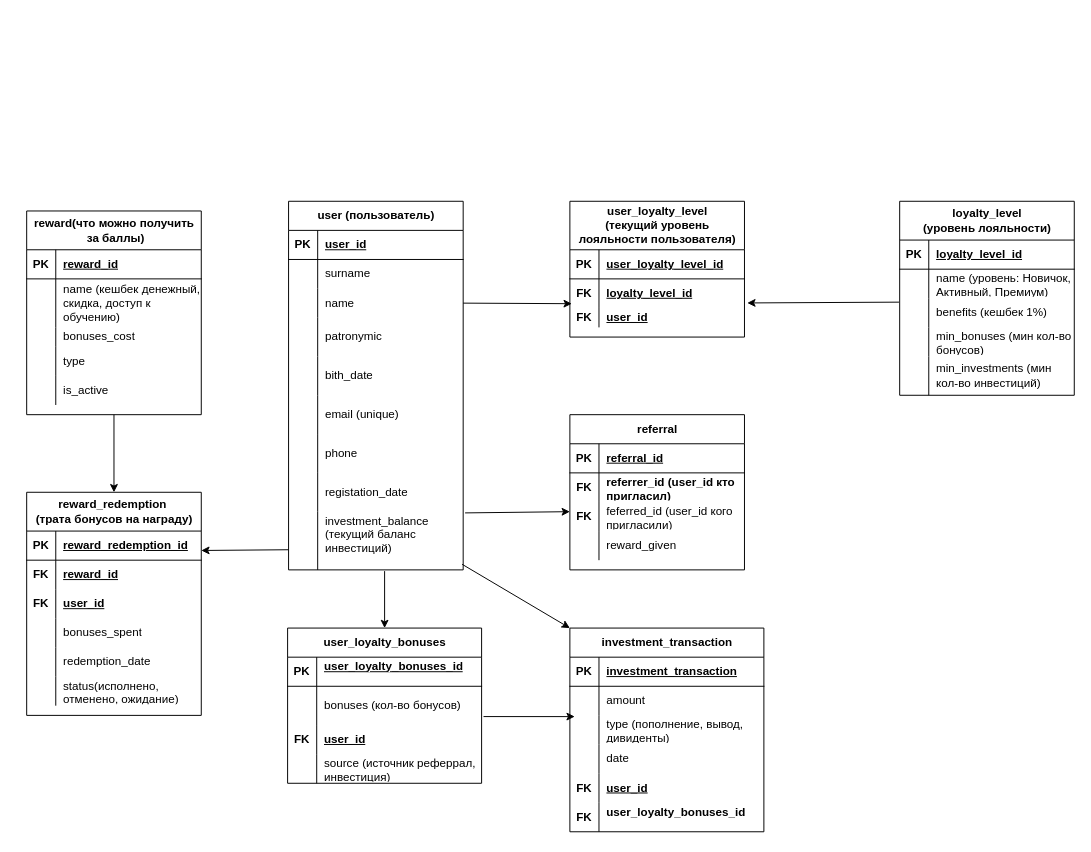
This is ER/ER.drawio from 404-veronika/testsystemanalitic, a draw.io file, before an edit. Source tidied: cells renumbered, new cells numbered last; positions are measured from the earlier drawing's top-left corner, leaving out a move shared by most shapes. Both pictures are drawn from the tidied source at 97%, with x=0, y=0 at pixel (26, 201).
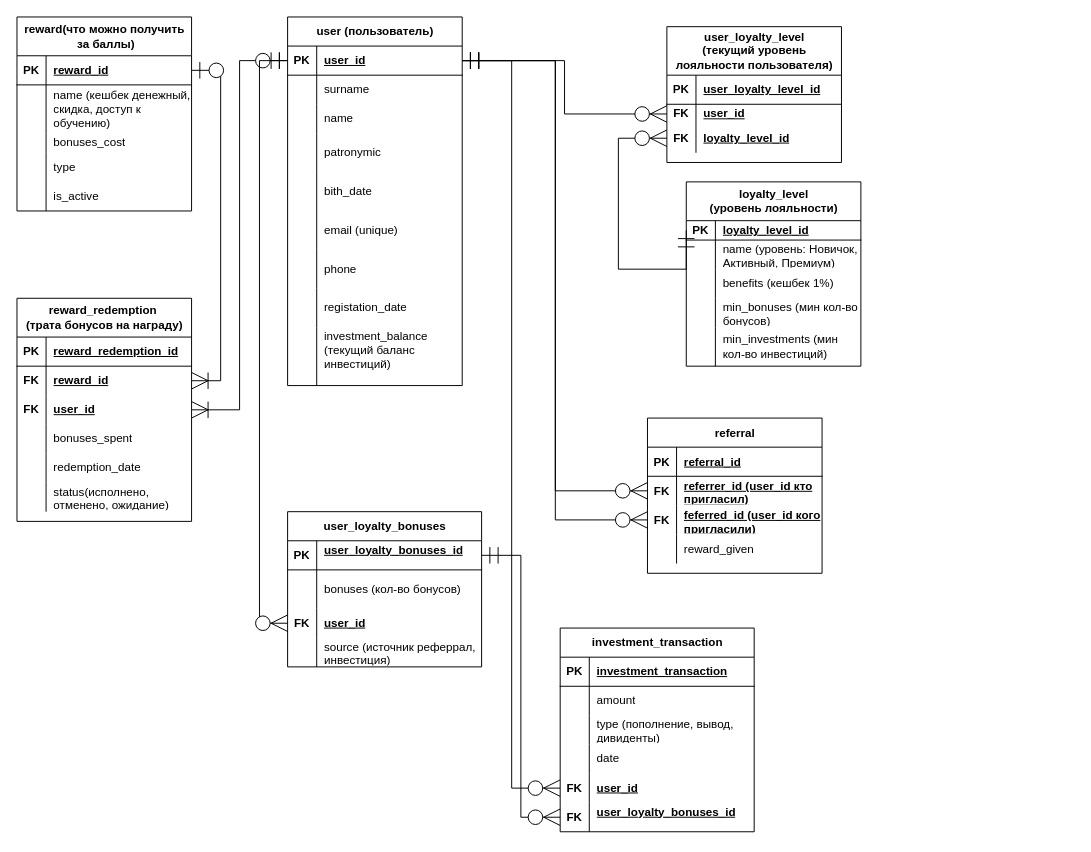
The same page after the edit.

Unchanged cells that the change refers to:
```xml
<mxCell id="3" style="shape=tableRow;horizontal=0;startSize=0;swimlaneHead=0;swimlaneBody=0;fillColor=none;points=[[0,0.5],[1,0.5]];portConstraint=eastwest;top=0;left=0;right=0;bottom=1;" parent="2" vertex="1">
  <mxGeometry y="30" width="180" height="30" as="geometry" />
</mxCell>
<mxCell id="9" style="shape=tableRow;horizontal=0;startSize=0;swimlaneHead=0;swimlaneBody=0;fillColor=none;points=[[0,0.5],[1,0.5]];portConstraint=eastwest;top=0;left=0;right=0;bottom=0;" parent="2" vertex="1">
  <mxGeometry y="90" width="180" height="30" as="geometry" />
</mxCell>
<mxCell id="27" style="shape=tableRow;horizontal=0;startSize=0;swimlaneHead=0;swimlaneBody=0;fillColor=none;points=[[0,0.5],[1,0.5]];portConstraint=eastwest;top=0;left=0;right=0;bottom=0;" parent="2" vertex="1">
  <mxGeometry y="320" width="180" height="60" as="geometry" />
</mxCell>
<mxCell id="62" style="shape=tableRow;horizontal=0;startSize=0;swimlaneHead=0;swimlaneBody=0;fillColor=none;points=[[0,0.5],[1,0.5]];portConstraint=eastwest;top=0;left=0;right=0;bottom=0;" parent="58" vertex="1">
  <mxGeometry y="60" width="180" height="30" as="geometry" />
</mxCell>
<mxCell id="65" style="shape=tableRow;horizontal=0;startSize=0;swimlaneHead=0;swimlaneBody=0;fillColor=none;points=[[0,0.5],[1,0.5]];portConstraint=eastwest;top=0;left=0;right=0;bottom=0;" parent="58" vertex="1">
  <mxGeometry y="90" width="180" height="30" as="geometry" />
</mxCell>
<mxCell id="72" style="shape=tableRow;horizontal=0;startSize=0;swimlaneHead=0;swimlaneBody=0;fillColor=none;points=[[0,0.5],[1,0.5]];portConstraint=eastwest;top=0;left=0;right=0;bottom=1;" parent="71" vertex="1">
  <mxGeometry y="30" width="200" height="30" as="geometry" />
</mxCell>
<mxCell id="75" style="shape=tableRow;horizontal=0;startSize=0;swimlaneHead=0;swimlaneBody=0;fillColor=none;points=[[0,0.5],[1,0.5]];portConstraint=eastwest;top=0;left=0;right=0;bottom=0;" parent="71" vertex="1">
  <mxGeometry y="60" width="200" height="40" as="geometry" />
</mxCell>
<mxCell id="78" style="shape=tableRow;horizontal=0;startSize=0;swimlaneHead=0;swimlaneBody=0;fillColor=none;points=[[0,0.5],[1,0.5]];portConstraint=eastwest;top=0;left=0;right=0;bottom=0;" parent="71" vertex="1">
  <mxGeometry y="100" width="200" height="30" as="geometry" />
</mxCell>
<mxCell id="88" style="shape=tableRow;horizontal=0;startSize=0;swimlaneHead=0;swimlaneBody=0;fillColor=none;points=[[0,0.5],[1,0.5]];portConstraint=eastwest;top=0;left=0;right=0;bottom=0;" parent="84" vertex="1">
  <mxGeometry y="60" width="200" height="30" as="geometry" />
</mxCell>
<mxCell id="97" style="shape=tableRow;horizontal=0;startSize=0;swimlaneHead=0;swimlaneBody=0;fillColor=none;points=[[0,0.5],[1,0.5]];portConstraint=eastwest;top=0;left=0;right=0;bottom=0;" parent="84" vertex="1">
  <mxGeometry y="150" width="200" height="30" as="geometry" />
</mxCell>
<mxCell id="100" style="shape=tableRow;horizontal=0;startSize=0;swimlaneHead=0;swimlaneBody=0;fillColor=none;points=[[0,0.5],[1,0.5]];portConstraint=eastwest;top=0;left=0;right=0;bottom=0;" parent="84" vertex="1">
  <mxGeometry y="180" width="200" height="30" as="geometry" />
</mxCell>
<mxCell id="104" style="shape=tableRow;horizontal=0;startSize=0;swimlaneHead=0;swimlaneBody=0;fillColor=none;points=[[0,0.5],[1,0.5]];portConstraint=eastwest;top=0;left=0;right=0;bottom=1;" parent="103" vertex="1">
  <mxGeometry y="40" width="180" height="30" as="geometry" />
</mxCell>
<mxCell id="123" style="shape=tableRow;horizontal=0;startSize=0;swimlaneHead=0;swimlaneBody=0;fillColor=none;points=[[0,0.5],[1,0.5]];portConstraint=eastwest;top=0;left=0;right=0;bottom=0;" parent="119" vertex="1">
  <mxGeometry y="70" width="180" height="30" as="geometry" />
</mxCell>
<mxCell id="126" style="shape=tableRow;horizontal=0;startSize=0;swimlaneHead=0;swimlaneBody=0;fillColor=none;points=[[0,0.5],[1,0.5]];portConstraint=eastwest;top=0;left=0;right=0;bottom=0;" parent="119" vertex="1">
  <mxGeometry y="100" width="180" height="30" as="geometry" />
</mxCell>
```

The edit, as a diff of the source:
```diff
@@
     <mxCell id="2" value="user (пользователь)" style="shape=table;startSize=30;childLayout=tableLayout;rowLines=0;fontStyle=1;align=center;html=1;" parent="1" vertex="1">
-      <mxGeometry x="270" width="180" height="380" as="geometry" />
+      <mxGeometry x="269" y="-190" width="180" height="380" as="geometry" />
     </mxCell>
@@
     <mxCell id="30" value="loyalty_level&lt;div&gt;(уровень лояльности)&lt;/div&gt;" style="shape=table;startSize=40;childLayout=tableLayout;rowLines=0;fontStyle=1;align=center;html=1;" parent="1" vertex="1">
-      <mxGeometry x="900" width="180" height="200" as="geometry" />
+      <mxGeometry x="680" y="-20" width="180" height="190" as="geometry" />
     </mxCell>
     <mxCell id="31" style="shape=tableRow;horizontal=0;startSize=0;swimlaneHead=0;swimlaneBody=0;fillColor=none;points=[[0,0.5],[1,0.5]];portConstraint=eastwest;top=0;left=0;right=0;bottom=1;" parent="30" vertex="1">
-      <mxGeometry y="40" width="180" height="30" as="geometry" />
+      <mxGeometry y="40" width="180" height="20" as="geometry" />
     </mxCell>
     <mxCell id="32" value="PK" style="shape=partialRectangle;fillColor=none;top=0;left=0;bottom=0;right=0;fontStyle=1;overflow=hidden;whiteSpace=wrap;html=1;" parent="31" vertex="1">
-      <mxGeometry width="30" height="30" as="geometry" />
+      <mxGeometry width="30" height="20" as="geometry" />
     </mxCell>
     <mxCell id="33" value="&lt;span style=&quot;text-align: center; text-wrap-mode: nowrap;&quot;&gt;loyalty_level_id&lt;/span&gt;" style="shape=partialRectangle;fillColor=none;top=0;left=0;bottom=0;right=0;align=left;spacingLeft=6;fontStyle=5;overflow=hidden;whiteSpace=wrap;html=1;" parent="31" vertex="1">
-      <mxGeometry x="30" width="150" height="30" as="geometry" />
+      <mxGeometry x="30" width="150" height="20" as="geometry" />
     </mxCell>
     <mxCell id="34" style="shape=tableRow;horizontal=0;startSize=0;swimlaneHead=0;swimlaneBody=0;fillColor=none;top=0;left=0;right=0;bottom=0;" parent="30" vertex="1">
-      <mxGeometry y="70" width="180" height="30" as="geometry" />
+      <mxGeometry y="60" width="180" height="30" as="geometry" />
     </mxCell>
@@
     <mxCell id="37" style="shape=tableRow;horizontal=0;startSize=0;swimlaneHead=0;swimlaneBody=0;fillColor=none;points=[[0,0.5],[1,0.5]];portConstraint=eastwest;top=0;left=0;right=0;bottom=0;" parent="30" vertex="1">
-      <mxGeometry y="100" width="180" height="30" as="geometry" />
+      <mxGeometry y="90" width="180" height="30" as="geometry" />
     </mxCell>
@@
     <mxCell id="40" style="shape=tableRow;horizontal=0;startSize=0;swimlaneHead=0;swimlaneBody=0;fillColor=none;top=0;left=0;right=0;bottom=0;" parent="30" vertex="1">
-      <mxGeometry y="130" width="180" height="30" as="geometry" />
+      <mxGeometry y="120" width="180" height="30" as="geometry" />
     </mxCell>
@@
     <mxCell id="43" style="shape=tableRow;horizontal=0;startSize=0;swimlaneHead=0;swimlaneBody=0;fillColor=none;top=0;left=0;right=0;bottom=0;" parent="30" vertex="1">
-      <mxGeometry y="160" width="180" height="40" as="geometry" />
+      <mxGeometry y="150" width="180" height="40" as="geometry" />
     </mxCell>
@@
-    <mxCell id="46" value="user_loyalty_level&lt;div&gt;&amp;nbsp;(текущий уровень&amp;nbsp;&lt;/div&gt;&lt;div&gt;лояльности пользователя)&lt;/div&gt;" style="shape=table;startSize=50;childLayout=tableLayout;rowLines=0;fontStyle=1;align=center;html=1;" parent="1" vertex="1">
-      <mxGeometry x="560" width="180" height="140" as="geometry" />
-    </mxCell>
-    <mxCell id="47" style="shape=tableRow;horizontal=0;startSize=0;swimlaneHead=0;swimlaneBody=0;fillColor=none;top=0;left=0;right=0;bottom=1;" parent="46" vertex="1">
-      <mxGeometry y="50" width="180" height="30" as="geometry" />
-    </mxCell>
-    <mxCell id="48" value="PK" style="shape=partialRectangle;fillColor=none;top=0;left=0;bottom=0;right=0;fontStyle=1;overflow=hidden;whiteSpace=wrap;html=1;" parent="47" vertex="1">
-      <mxGeometry width="30" height="30" as="geometry" />
-    </mxCell>
-    <mxCell id="49" value="&lt;span style=&quot;text-align: center; text-wrap-mode: nowrap;&quot;&gt;user_loyalty_level_id&lt;/span&gt;" style="shape=partialRectangle;fillColor=none;top=0;left=0;bottom=0;right=0;align=left;spacingLeft=6;fontStyle=5;overflow=hidden;whiteSpace=wrap;html=1;" parent="47" vertex="1">
-      <mxGeometry x="30" width="150" height="30" as="geometry" />
-    </mxCell>
-    <mxCell id="50" style="shape=tableRow;horizontal=0;startSize=0;swimlaneHead=0;swimlaneBody=0;fillColor=none;points=[[0,0.5],[1,0.5]];portConstraint=eastwest;top=0;left=0;right=0;bottom=0;" parent="46" vertex="1">
-      <mxGeometry y="80" width="180" height="30" as="geometry" />
-    </mxCell>
-    <mxCell id="51" value="&lt;b&gt;FK&lt;/b&gt;" style="shape=partialRectangle;fillColor=none;top=0;left=0;bottom=0;right=0;overflow=hidden;whiteSpace=wrap;html=1;" parent="50" vertex="1">
-      <mxGeometry width="30" height="30" as="geometry" />
-    </mxCell>
-    <mxCell id="52" value="&lt;span style=&quot;text-align: center; text-wrap-mode: nowrap; text-decoration-line: underline;&quot;&gt;&lt;b&gt;loyalty_level_id&lt;/b&gt;&lt;/span&gt;" style="shape=partialRectangle;fillColor=none;top=0;left=0;bottom=0;right=0;align=left;spacingLeft=6;overflow=hidden;whiteSpace=wrap;html=1;" parent="50" vertex="1">
-      <mxGeometry x="30" width="150" height="30" as="geometry" />
-    </mxCell>
-    <mxCell id="53" style="shape=tableRow;horizontal=0;startSize=0;swimlaneHead=0;swimlaneBody=0;fillColor=none;points=[[0,0.5],[1,0.5]];portConstraint=eastwest;top=0;left=0;right=0;bottom=0;" parent="46" vertex="1">
-      <mxGeometry y="110" width="180" height="20" as="geometry" />
-    </mxCell>
-    <mxCell id="54" value="&lt;b&gt;FK&lt;/b&gt;" style="shape=partialRectangle;fillColor=none;top=0;left=0;bottom=0;right=0;overflow=hidden;whiteSpace=wrap;html=1;" parent="53" vertex="1">
-      <mxGeometry width="30" height="20" as="geometry" />
-    </mxCell>
-    <mxCell id="55" value="&lt;span style=&quot;text-decoration-line: underline;&quot;&gt;&lt;b&gt;user_id&lt;/b&gt;&lt;/span&gt;" style="shape=partialRectangle;fillColor=none;top=0;left=0;bottom=0;right=0;align=left;spacingLeft=6;overflow=hidden;whiteSpace=wrap;html=1;" parent="53" vertex="1">
-      <mxGeometry x="30" width="150" height="20" as="geometry" />
-    </mxCell>
-    <mxCell id="56" style="endArrow=classic;html=1;rounded=0;entryX=0.011;entryY=0.853;entryDx=0;entryDy=0;exitX=1;exitY=0.5;exitDx=0;exitDy=0;entryPerimeter=0;" parent="1" edge="1" source="9" target="50">
-      <mxGeometry relative="1" as="geometry" />
-    </mxCell>
-    <mxCell id="57" style="endArrow=classic;html=1;rounded=0;exitX=-0.004;exitY=0.133;exitDx=0;exitDy=0;exitPerimeter=0;entryX=1.016;entryY=0.827;entryDx=0;entryDy=0;entryPerimeter=0;" parent="1" edge="1" source="37" target="50">
-      <mxGeometry relative="1" as="geometry" />
-    </mxCell>
     <mxCell id="58" value="referral" style="shape=table;startSize=30;childLayout=tableLayout;rowLines=0;fontStyle=1;align=center;html=1;" parent="1" vertex="1">
-      <mxGeometry x="560" y="220" width="180" height="160" as="geometry" />
+      <mxGeometry x="640" y="223.5" width="180" height="160" as="geometry" />
     </mxCell>
@@
-    <mxCell id="64" value="&lt;b&gt;referrer_id (user_id кто пригласил)&lt;/b&gt;" style="shape=partialRectangle;fillColor=none;top=0;left=0;bottom=0;right=0;align=left;spacingLeft=6;overflow=hidden;whiteSpace=wrap;html=1;" parent="62" vertex="1">
+    <mxCell id="64" value="&lt;b&gt;&lt;u&gt;referrer_id (user_id кто пригласил)&lt;/u&gt;&lt;/b&gt;" style="shape=partialRectangle;fillColor=none;top=0;left=0;bottom=0;right=0;align=left;spacingLeft=6;overflow=hidden;whiteSpace=wrap;html=1;" parent="62" vertex="1">
       <mxGeometry x="30" width="150" height="30" as="geometry" />
     </mxCell>
@@
-    <mxCell id="67" value="feferred_id (user_id кого пригласили)" style="shape=partialRectangle;fillColor=none;top=0;left=0;bottom=0;right=0;align=left;spacingLeft=6;overflow=hidden;whiteSpace=wrap;html=1;" parent="65" vertex="1">
+    <mxCell id="67" value="&lt;u&gt;&lt;b&gt;feferred_id (user_id кого пригласили)&lt;/b&gt;&lt;/u&gt;" style="shape=partialRectangle;fillColor=none;top=0;left=0;bottom=0;right=0;align=left;spacingLeft=6;overflow=hidden;whiteSpace=wrap;html=1;" parent="65" vertex="1">
       <mxGeometry x="30" width="150" height="30" as="geometry" />
     </mxCell>
@@
     <mxCell id="71" value="user_loyalty_bonuses" style="shape=table;startSize=30;childLayout=tableLayout;rowLines=0;fontStyle=1;align=center;html=1;" parent="1" vertex="1">
-      <mxGeometry x="269" y="440" width="200" height="160" as="geometry" />
+      <mxGeometry x="269" y="320" width="200" height="160" as="geometry" />
     </mxCell>
@@
     <mxCell id="84" value="investment_transaction" style="shape=table;startSize=30;childLayout=tableLayout;rowLines=0;fontStyle=1;align=center;html=1;" parent="1" vertex="1">
-      <mxGeometry x="560" y="440" width="200" height="210" as="geometry" />
+      <mxGeometry x="550" y="440" width="200" height="210" as="geometry" />
     </mxCell>
@@
-    <mxCell id="102" value="&lt;span style=&quot;font-weight: 700; text-wrap-mode: nowrap; text-align: center;&quot;&gt;user_loyalty_bonuses_id&lt;/span&gt;&lt;div&gt;&lt;span style=&quot;font-weight: 700; text-wrap-mode: nowrap; text-align: center;&quot;&gt;&lt;br&gt;&lt;/span&gt;&lt;/div&gt;" style="shape=partialRectangle;fillColor=none;top=0;left=0;bottom=0;right=0;align=left;spacingLeft=6;overflow=hidden;whiteSpace=wrap;html=1;" parent="100" vertex="1">
+    <mxCell id="102" value="&lt;span style=&quot;font-weight: 700; text-wrap-mode: nowrap; text-align: center;&quot;&gt;&lt;u&gt;user_loyalty_bonuses_id&lt;/u&gt;&lt;/span&gt;&lt;div&gt;&lt;span style=&quot;font-weight: 700; text-wrap-mode: nowrap; text-align: center;&quot;&gt;&lt;br&gt;&lt;/span&gt;&lt;/div&gt;" style="shape=partialRectangle;fillColor=none;top=0;left=0;bottom=0;right=0;align=left;spacingLeft=6;overflow=hidden;whiteSpace=wrap;html=1;" parent="100" vertex="1">
       <mxGeometry x="30" width="170" height="30" as="geometry" />
     </mxCell>
     <mxCell id="103" value="reward(что можно получить&lt;div&gt;&amp;nbsp;за баллы)&lt;/div&gt;" style="shape=table;startSize=40;childLayout=tableLayout;rowLines=0;fontStyle=1;align=center;html=1;" parent="1" vertex="1">
-      <mxGeometry y="10" width="180" height="210" as="geometry" />
+      <mxGeometry x="-10" y="-190" width="180" height="200" as="geometry" />
     </mxCell>
@@
     <mxCell id="119" value="reward_redemption&amp;nbsp;&lt;div&gt;(трата бонусов на награду)&lt;/div&gt;" style="shape=table;startSize=40;childLayout=tableLayout;rowLines=0;fontStyle=1;align=center;html=1;" parent="1" vertex="1">
-      <mxGeometry y="300" width="180" height="230" as="geometry" />
+      <mxGeometry x="-10" y="100" width="180" height="230" as="geometry" />
     </mxCell>
@@
-    <mxCell id="138" style="endArrow=classic;html=1;rounded=0;exitX=0.5;exitY=1;exitDx=0;exitDy=0;entryX=0.5;entryY=0;entryDx=0;entryDy=0;" parent="1" edge="1" source="103" target="119">
-      <mxGeometry relative="1" as="geometry" />
-    </mxCell>
-    <mxCell id="139" style="endArrow=classic;html=1;rounded=0;exitX=0;exitY=0.654;exitDx=0;exitDy=0;exitPerimeter=0;" parent="1" edge="1" source="27">
-      <mxGeometry relative="1" as="geometry">
-        <mxPoint x="180" y="360" as="targetPoint" />
-      </mxGeometry>
-    </mxCell>
-    <mxCell id="140" style="endArrow=classic;html=1;rounded=0;exitX=1.011;exitY=0.021;exitDx=0;exitDy=0;exitPerimeter=0;" parent="1" edge="1" source="27">
-      <mxGeometry relative="1" as="geometry">
-        <mxPoint x="560" y="320" as="targetPoint" />
-      </mxGeometry>
-    </mxCell>
-    <mxCell id="141" style="endArrow=classic;html=1;rounded=0;exitX=1.01;exitY=0.781;exitDx=0;exitDy=0;exitPerimeter=0;entryX=0.025;entryY=1.042;entryDx=0;entryDy=0;entryPerimeter=0;" parent="1" edge="1" source="75" target="88">
-      <mxGeometry relative="1" as="geometry" />
-    </mxCell>
-    <mxCell id="142" style="endArrow=classic;html=1;rounded=0;entryX=0.5;entryY=0;entryDx=0;entryDy=0;exitX=0.55;exitY=1.021;exitDx=0;exitDy=0;exitPerimeter=0;" parent="1" edge="1" source="27" target="71">
-      <mxGeometry relative="1" as="geometry" />
-    </mxCell>
-    <mxCell id="143" style="endArrow=classic;html=1;rounded=0;entryX=0;entryY=0;entryDx=0;entryDy=0;exitX=0.994;exitY=0.904;exitDx=0;exitDy=0;exitPerimeter=0;" parent="1" edge="1" source="27" target="84">
-      <mxGeometry relative="1" as="geometry" />
-    </mxCell>
+    <mxCell id="144" style="edgeStyle=entityRelationEdgeStyle;fontSize=12;html=1;endArrow=ERoneToMany;startArrow=ERzeroToOne;rounded=0;startSize=15;endSize=15;exitX=1;exitY=0.5;exitDx=0;exitDy=0;entryX=1;entryY=0.5;entryDx=0;entryDy=0;" parent="1" edge="1" source="104" target="123">
+      <mxGeometry relative="1" as="geometry" />
+    </mxCell>
+    <mxCell id="145" style="edgeStyle=orthogonalEdgeStyle;fontSize=12;html=1;endArrow=ERoneToMany;startArrow=ERzeroToOne;rounded=0;startSize=15;endSize=15;exitX=0;exitY=0.5;exitDx=0;exitDy=0;entryX=1;entryY=0.5;entryDx=0;entryDy=0;" parent="1" edge="1" source="3" target="126">
+      <mxGeometry relative="1" as="geometry" />
+    </mxCell>
+    <mxCell id="146" style="edgeStyle=orthogonalEdgeStyle;fontSize=12;html=1;endArrow=ERzeroToMany;startArrow=ERmandOne;rounded=0;startSize=15;endSize=15;exitX=1;exitY=0.5;exitDx=0;exitDy=0;entryX=0;entryY=0.5;entryDx=0;entryDy=0;" parent="1" edge="1" source="72" target="100">
+      <mxGeometry relative="1" as="geometry" />
+    </mxCell>
+    <mxCell id="147" style="edgeStyle=elbowEdgeStyle;fontSize=12;html=1;endArrow=ERzeroToMany;startArrow=ERmandOne;rounded=0;startSize=15;endSize=15;entryX=0;entryY=0.5;entryDx=0;entryDy=0;exitX=1;exitY=0.5;exitDx=0;exitDy=0;" parent="1" edge="1" source="3" target="62">
+      <mxGeometry relative="1" as="geometry" />
+    </mxCell>
+    <mxCell id="148" style="edgeStyle=orthogonalEdgeStyle;fontSize=12;html=1;endArrow=ERzeroToMany;startArrow=ERmandOne;rounded=0;startSize=15;endSize=15;exitX=1;exitY=0.5;exitDx=0;exitDy=0;entryX=0;entryY=0.5;entryDx=0;entryDy=0;" parent="1" edge="1" source="3" target="53">
+      <mxGeometry relative="1" as="geometry" />
+    </mxCell>
+    <mxCell id="46" value="user_loyalty_level&lt;div&gt;&amp;nbsp;(текущий уровень&amp;nbsp;&lt;/div&gt;&lt;div&gt;лояльности пользователя)&lt;/div&gt;" style="shape=table;startSize=50;childLayout=tableLayout;rowLines=0;fontStyle=1;align=center;html=1;" parent="1" vertex="1">
+      <mxGeometry x="660" y="-180" width="180" height="140" as="geometry" />
+    </mxCell>
+    <mxCell id="47" style="shape=tableRow;horizontal=0;startSize=0;swimlaneHead=0;swimlaneBody=0;fillColor=none;top=0;left=0;right=0;bottom=1;" parent="46" vertex="1">
+      <mxGeometry y="50" width="180" height="30" as="geometry" />
+    </mxCell>
+    <mxCell id="48" value="PK" style="shape=partialRectangle;fillColor=none;top=0;left=0;bottom=0;right=0;fontStyle=1;overflow=hidden;whiteSpace=wrap;html=1;" parent="47" vertex="1">
+      <mxGeometry width="30" height="30" as="geometry" />
+    </mxCell>
+    <mxCell id="49" value="&lt;span style=&quot;text-align: center; text-wrap-mode: nowrap;&quot;&gt;user_loyalty_level_id&lt;/span&gt;" style="shape=partialRectangle;fillColor=none;top=0;left=0;bottom=0;right=0;align=left;spacingLeft=6;fontStyle=5;overflow=hidden;whiteSpace=wrap;html=1;" parent="47" vertex="1">
+      <mxGeometry x="30" width="150" height="30" as="geometry" />
+    </mxCell>
+    <mxCell id="53" style="shape=tableRow;horizontal=0;startSize=0;swimlaneHead=0;swimlaneBody=0;fillColor=none;points=[[0,0.5],[1,0.5]];portConstraint=eastwest;top=0;left=0;right=0;bottom=0;" parent="46" vertex="1">
+      <mxGeometry y="80" width="180" height="20" as="geometry" />
+    </mxCell>
+    <mxCell id="54" value="&lt;b&gt;FK&lt;/b&gt;" style="shape=partialRectangle;fillColor=none;top=0;left=0;bottom=0;right=0;overflow=hidden;whiteSpace=wrap;html=1;" parent="53" vertex="1">
+      <mxGeometry width="30" height="20" as="geometry" />
+    </mxCell>
+    <mxCell id="55" value="&lt;span style=&quot;text-decoration-line: underline;&quot;&gt;&lt;b&gt;user_id&lt;/b&gt;&lt;/span&gt;" style="shape=partialRectangle;fillColor=none;top=0;left=0;bottom=0;right=0;align=left;spacingLeft=6;overflow=hidden;whiteSpace=wrap;html=1;" parent="53" vertex="1">
+      <mxGeometry x="30" width="150" height="20" as="geometry" />
+    </mxCell>
+    <mxCell id="50" style="shape=tableRow;horizontal=0;startSize=0;swimlaneHead=0;swimlaneBody=0;fillColor=none;points=[[0,0.5],[1,0.5]];portConstraint=eastwest;top=0;left=0;right=0;bottom=0;" parent="46" vertex="1">
+      <mxGeometry y="100" width="180" height="30" as="geometry" />
+    </mxCell>
+    <mxCell id="51" value="&lt;b&gt;FK&lt;/b&gt;" style="shape=partialRectangle;fillColor=none;top=0;left=0;bottom=0;right=0;overflow=hidden;whiteSpace=wrap;html=1;" parent="50" vertex="1">
+      <mxGeometry width="30" height="30" as="geometry" />
+    </mxCell>
+    <mxCell id="52" value="&lt;span style=&quot;text-align: center; text-wrap-mode: nowrap; text-decoration-line: underline;&quot;&gt;&lt;b&gt;loyalty_level_id&lt;/b&gt;&lt;/span&gt;" style="shape=partialRectangle;fillColor=none;top=0;left=0;bottom=0;right=0;align=left;spacingLeft=6;overflow=hidden;whiteSpace=wrap;html=1;" parent="50" vertex="1">
+      <mxGeometry x="30" width="150" height="30" as="geometry" />
+    </mxCell>
+    <mxCell id="149" style="edgeStyle=elbowEdgeStyle;fontSize=12;html=1;endArrow=ERzeroToMany;startArrow=ERmandOne;rounded=0;startSize=15;endSize=15;entryX=0;entryY=0.5;entryDx=0;entryDy=0;exitX=0;exitY=0.5;exitDx=0;exitDy=0;" parent="1" edge="1" source="3" target="78">
+      <mxGeometry relative="1" as="geometry">
+        <Array as="points">
+          <mxPoint x="240" y="220" />
+        </Array>
+      </mxGeometry>
+    </mxCell>
+    <mxCell id="150" style="edgeStyle=orthogonalEdgeStyle;fontSize=12;html=1;endArrow=ERzeroToMany;startArrow=ERmandOne;rounded=0;startSize=15;endSize=15;exitX=0;exitY=0.5;exitDx=0;exitDy=0;entryX=0;entryY=0.5;entryDx=0;entryDy=0;elbow=vertical;" parent="1" edge="1" source="31" target="50">
+      <mxGeometry relative="1" as="geometry">
+        <Array as="points">
+          <mxPoint x="610" y="70" />
+          <mxPoint x="610" y="-65" />
+        </Array>
+      </mxGeometry>
+    </mxCell>
+    <mxCell id="151" style="edgeStyle=elbowEdgeStyle;fontSize=12;html=1;endArrow=ERzeroToMany;startArrow=ERmandOne;rounded=0;startSize=15;endSize=15;entryX=0;entryY=0.5;entryDx=0;entryDy=0;exitX=1;exitY=0.5;exitDx=0;exitDy=0;" parent="1" edge="1" source="3" target="97">
+      <mxGeometry relative="1" as="geometry" />
+    </mxCell>
+    <mxCell id="152" style="edgeStyle=elbowEdgeStyle;fontSize=12;html=1;endArrow=ERzeroToMany;startArrow=ERmandOne;rounded=0;startSize=15;endSize=15;exitX=1;exitY=0.5;exitDx=0;exitDy=0;" parent="1" edge="1" source="3" target="65">
+      <mxGeometry relative="1" as="geometry" />
+    </mxCell>
```
